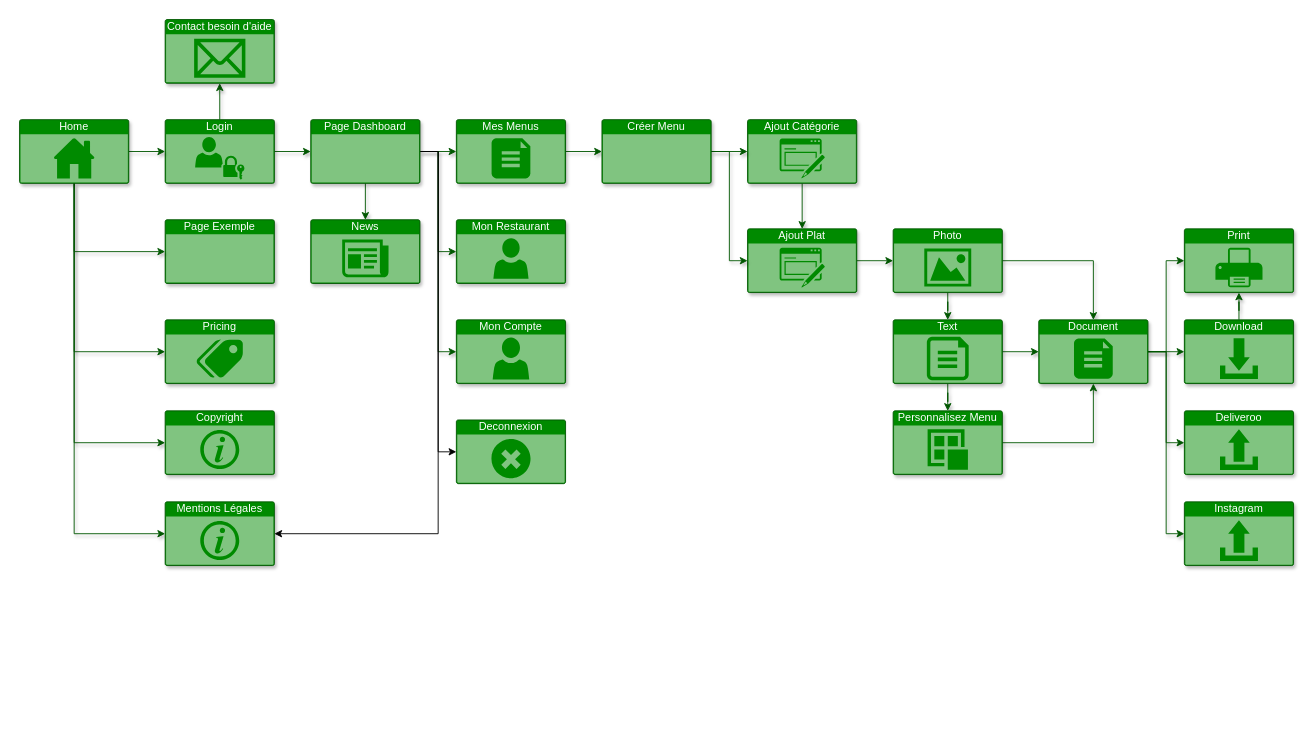
This is Diagramme sans nom.drawio from Erik-42/OpenClassRooms_Projet_4, a draw.io file, before an edit. Source tidied: cells renumbered, new cells numbered last; positions are measured from the earlier drawing's top-left corner, leaving out a move shared by most shapes. Both pictures are drawn from the tidied source at 91%, with x=0, y=0 at pixel (19, 19).
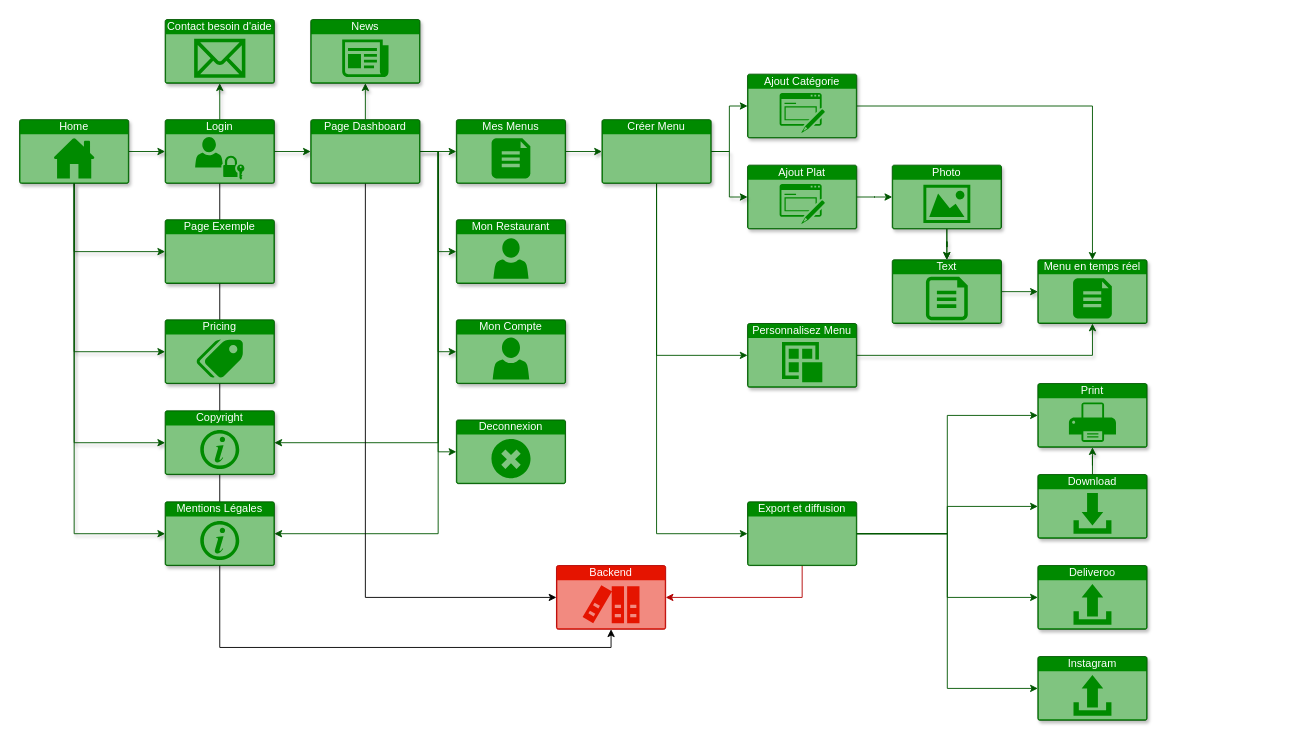
Above is the later version.

Commit message (it also covers changes not shown here):
Mettre à jour Diagramme sans nom.drawio

Unchanged cells that the change refers to:
```xml
<mxCell id="4" value="Login" style="html=1;whiteSpace=wrap;labelPosition=center;verticalLabelPosition=middle;verticalAlign=top;align=center;fontSize=12;outlineConnect=0;spacingTop=-6;shape=mxgraph.sitemap.login;fillColor=#008a00;strokeColor=#005700;fontColor=#ffffff;shadow=1;" parent="1" vertex="1">
  <mxGeometry x="160" y="110" width="120" height="70" as="geometry" />
</mxCell>
<mxCell id="19" value="Page Dashboard" style="html=1;whiteSpace=wrap;labelPosition=center;verticalLabelPosition=middle;verticalAlign=top;align=center;fontSize=12;outlineConnect=0;spacingTop=-6;shape=mxgraph.sitemap.page;fillColor=#008a00;strokeColor=#005700;fontColor=#ffffff;shadow=1;" parent="1" vertex="1">
  <mxGeometry x="320" y="110" width="120" height="70" as="geometry" />
</mxCell>
<mxCell id="50" value="Créer Menu" style="html=1;whiteSpace=wrap;labelPosition=center;verticalLabelPosition=middle;verticalAlign=top;align=center;fontSize=12;outlineConnect=0;spacingTop=-6;shape=mxgraph.sitemap.page;fillColor=#008a00;strokeColor=#005700;fontColor=#ffffff;shadow=1;" parent="1" vertex="1">
  <mxGeometry x="640" y="110" width="120" height="70" as="geometry" />
</mxCell>
<mxCell id="51" value="Mentions Légales" style="html=1;whiteSpace=wrap;labelPosition=center;verticalLabelPosition=middle;verticalAlign=top;align=center;fontSize=12;outlineConnect=0;spacingTop=-6;shape=mxgraph.sitemap.info;fillColor=#008a00;strokeColor=#005700;fontColor=#ffffff;shadow=1;" parent="1" vertex="1">
  <mxGeometry x="160" y="530" width="120" height="70" as="geometry" />
</mxCell>
<mxCell id="52" value="Copyright" style="html=1;whiteSpace=wrap;labelPosition=center;verticalLabelPosition=middle;verticalAlign=top;align=center;fontSize=12;outlineConnect=0;spacingTop=-6;shape=mxgraph.sitemap.info;fillColor=#008a00;strokeColor=#005700;fontColor=#ffffff;shadow=1;" parent="1" vertex="1">
  <mxGeometry x="160" y="430" width="120" height="70" as="geometry" />
</mxCell>
<mxCell id="53" value="Deconnexion" style="html=1;whiteSpace=wrap;strokeColor=#005700;fillColor=#008a00;labelPosition=center;verticalLabelPosition=middle;verticalAlign=top;align=center;fontSize=12;outlineConnect=0;spacingTop=-6;fontColor=#ffffff;sketch=0;shape=mxgraph.sitemap.error;" parent="1" vertex="1">
  <mxGeometry x="480" y="440" width="120" height="70" as="geometry" />
</mxCell>
```

Change to the diagram source:
```diff
@@
+    <mxCell id="54" style="edgeStyle=orthogonalEdgeStyle;rounded=0;jettySize=auto;html=1;exitX=0.5;exitY=1;exitDx=0;exitDy=0;exitPerimeter=0;entryX=0.5;entryY=1;entryDx=0;entryDy=0;entryPerimeter=0;" parent="1" edge="1" source="4" target="67">
+      <mxGeometry relative="1" as="geometry" />
+    </mxCell>
@@
-    <mxCell id="17" style="edgeStyle=orthogonalEdgeStyle;rounded=0;jettySize=auto;html=1;exitX=1;exitY=0.5;exitDx=0;exitDy=0;exitPerimeter=0;entryX=1;entryY=0.5;entryDx=0;entryDy=0;entryPerimeter=0;" parent="1" edge="1" source="19" target="51">
+    <mxCell id="17" style="edgeStyle=orthogonalEdgeStyle;rounded=0;jettySize=auto;html=1;exitX=1;exitY=0.5;exitDx=0;exitDy=0;exitPerimeter=0;entryX=1;entryY=0.5;entryDx=0;entryDy=0;entryPerimeter=0;fillColor=#008a00;strokeColor=#005700;" parent="1" edge="1" source="19" target="51">
       <mxGeometry relative="1" as="geometry" />
     </mxCell>
-    <mxCell id="18" style="edgeStyle=orthogonalEdgeStyle;rounded=0;jettySize=auto;html=1;exitX=1;exitY=0.5;exitDx=0;exitDy=0;exitPerimeter=0;entryX=0;entryY=0.5;entryDx=0;entryDy=0;entryPerimeter=0;" parent="1" edge="1" source="19" target="53">
+    <mxCell id="18" style="edgeStyle=orthogonalEdgeStyle;rounded=0;jettySize=auto;html=1;exitX=1;exitY=0.5;exitDx=0;exitDy=0;exitPerimeter=0;entryX=0;entryY=0.5;entryDx=0;entryDy=0;entryPerimeter=0;fillColor=#008a00;strokeColor=#005700;" parent="1" edge="1" source="19" target="53">
       <mxGeometry relative="1" as="geometry" />
     </mxCell>
+    <mxCell id="55" style="edgeStyle=orthogonalEdgeStyle;rounded=0;jettySize=auto;html=1;exitX=1;exitY=0.5;exitDx=0;exitDy=0;exitPerimeter=0;entryX=1;entryY=0.5;entryDx=0;entryDy=0;entryPerimeter=0;fillColor=#008a00;strokeColor=#005700;" parent="1" edge="1" source="19" target="52">
+      <mxGeometry relative="1" as="geometry" />
+    </mxCell>
+    <mxCell id="56" style="edgeStyle=orthogonalEdgeStyle;rounded=0;jettySize=auto;html=1;exitX=0.5;exitY=1;exitDx=0;exitDy=0;exitPerimeter=0;entryX=0;entryY=0.5;entryDx=0;entryDy=0;entryPerimeter=0;" parent="1" edge="1" source="19" target="67">
+      <mxGeometry relative="1" as="geometry" />
+    </mxCell>
@@
-    <mxCell id="25" style="edgeStyle=orthogonalEdgeStyle;rounded=0;jettySize=auto;html=1;fillColor=#008a00;strokeColor=#005700;shadow=1;" parent="1" edge="1" source="26" target="28">
-      <mxGeometry relative="1" as="geometry" />
-    </mxCell>
+    <mxCell id="57" style="edgeStyle=orthogonalEdgeStyle;rounded=0;jettySize=auto;html=1;exitX=1;exitY=0.5;exitDx=0;exitDy=0;exitPerimeter=0;entryX=0.5;entryY=0;entryDx=0;entryDy=0;entryPerimeter=0;fillColor=#008a00;strokeColor=#005700;" parent="1" edge="1" source="26" target="39">
+      <mxGeometry relative="1" as="geometry" />
+    </mxCell>
     <mxCell id="26" value="Ajout Catégorie" style="html=1;whiteSpace=wrap;labelPosition=center;verticalLabelPosition=middle;verticalAlign=top;align=center;fontSize=12;outlineConnect=0;spacingTop=-6;shape=mxgraph.sitemap.form;fillColor=#008a00;strokeColor=#005700;fontColor=#ffffff;shadow=1;" parent="1" vertex="1">
-      <mxGeometry x="800" y="110" width="120" height="70" as="geometry" />
+      <mxGeometry x="800" y="60" width="120" height="70" as="geometry" />
     </mxCell>
-    <mxCell id="27" style="edgeStyle=orthogonalEdgeStyle;rounded=0;jettySize=auto;html=1;fillColor=#008a00;strokeColor=#005700;shadow=1;" parent="1" edge="1" source="28" target="31">
-      <mxGeometry relative="1" as="geometry" />
-    </mxCell>
+    <mxCell id="58" style="edgeStyle=orthogonalEdgeStyle;rounded=0;jettySize=auto;html=1;fillColor=#008a00;strokeColor=#005700;" parent="1" edge="1" source="31" target="34">
+      <mxGeometry relative="1" as="geometry" />
+    </mxCell>
     <mxCell id="28" value="Ajout Plat" style="html=1;whiteSpace=wrap;labelPosition=center;verticalLabelPosition=middle;verticalAlign=top;align=center;fontSize=12;outlineConnect=0;spacingTop=-6;shape=mxgraph.sitemap.form;fillColor=#008a00;strokeColor=#005700;fontColor=#ffffff;shadow=1;" parent="1" vertex="1">
-      <mxGeometry x="800" y="230" width="120" height="70" as="geometry" />
+      <mxGeometry x="800" y="160" width="120" height="70" as="geometry" />
     </mxCell>
@@
-    <mxCell id="30" style="edgeStyle=orthogonalEdgeStyle;rounded=0;jettySize=auto;html=1;entryX=0.5;entryY=0;entryDx=0;entryDy=0;entryPerimeter=0;fillColor=#008a00;strokeColor=#005700;shadow=1;" parent="1" edge="1" source="31" target="39">
-      <mxGeometry relative="1" as="geometry" />
-    </mxCell>
-    <mxCell id="31" value="Photo" style="html=1;whiteSpace=wrap;labelPosition=center;verticalLabelPosition=middle;verticalAlign=top;align=center;fontSize=12;outlineConnect=0;spacingTop=-6;shape=mxgraph.sitemap.photo;fillColor=#008a00;strokeColor=#005700;fontColor=#ffffff;shadow=1;" parent="1" vertex="1">
-      <mxGeometry x="960" y="230" width="120" height="70" as="geometry" />
-    </mxCell>
-    <mxCell id="32" style="edgeStyle=orthogonalEdgeStyle;rounded=0;jettySize=auto;html=1;fillColor=#008a00;strokeColor=#005700;shadow=1;" parent="1" edge="1" source="34" target="41">
-      <mxGeometry relative="1" as="geometry" />
-    </mxCell>
@@
     <mxCell id="34" value="Text" style="html=1;whiteSpace=wrap;labelPosition=center;verticalLabelPosition=middle;verticalAlign=top;align=center;fontSize=12;outlineConnect=0;spacingTop=-6;shape=mxgraph.sitemap.text;fillColor=#008a00;strokeColor=#005700;fontColor=#ffffff;shadow=1;" parent="1" vertex="1">
-      <mxGeometry x="960" y="330" width="120" height="70" as="geometry" />
+      <mxGeometry x="959" y="264" width="120" height="70" as="geometry" />
     </mxCell>
-    <mxCell id="35" style="edgeStyle=orthogonalEdgeStyle;rounded=0;jettySize=auto;html=1;fillColor=#008a00;strokeColor=#005700;shadow=1;" parent="1" edge="1" source="39" target="44">
-      <mxGeometry relative="1" as="geometry" />
-    </mxCell>
-    <mxCell id="36" style="edgeStyle=orthogonalEdgeStyle;rounded=0;jettySize=auto;html=1;exitX=1;exitY=0.5;exitDx=0;exitDy=0;exitPerimeter=0;entryX=0;entryY=0.5;entryDx=0;entryDy=0;entryPerimeter=0;fillColor=#008a00;strokeColor=#005700;shadow=1;" parent="1" edge="1" source="39" target="46">
-      <mxGeometry relative="1" as="geometry" />
-    </mxCell>
-    <mxCell id="37" style="edgeStyle=orthogonalEdgeStyle;rounded=0;jettySize=auto;html=1;exitX=1;exitY=0.5;exitDx=0;exitDy=0;exitPerimeter=0;entryX=0;entryY=0.5;entryDx=0;entryDy=0;entryPerimeter=0;fillColor=#008a00;strokeColor=#005700;shadow=1;" parent="1" edge="1" source="39" target="45">
-      <mxGeometry relative="1" as="geometry" />
-    </mxCell>
-    <mxCell id="38" style="edgeStyle=orthogonalEdgeStyle;rounded=0;jettySize=auto;html=1;exitX=1;exitY=0.5;exitDx=0;exitDy=0;exitPerimeter=0;entryX=0;entryY=0.5;entryDx=0;entryDy=0;entryPerimeter=0;fillColor=#008a00;strokeColor=#005700;shadow=1;" parent="1" edge="1" source="39" target="42">
-      <mxGeometry relative="1" as="geometry" />
-    </mxCell>
-    <mxCell id="39" value="Document" style="html=1;whiteSpace=wrap;labelPosition=center;verticalLabelPosition=middle;verticalAlign=top;align=center;fontSize=12;outlineConnect=0;spacingTop=-6;shape=mxgraph.sitemap.document;fillColor=#008a00;strokeColor=#005700;fontColor=#ffffff;shadow=1;" parent="1" vertex="1">
-      <mxGeometry x="1120" y="330" width="120" height="70" as="geometry" />
+    <mxCell id="39" value="Menu en temps réel" style="html=1;whiteSpace=wrap;labelPosition=center;verticalLabelPosition=middle;verticalAlign=top;align=center;fontSize=12;outlineConnect=0;spacingTop=-6;shape=mxgraph.sitemap.document;fillColor=#008a00;strokeColor=#005700;fontColor=#ffffff;shadow=1;" parent="1" vertex="1">
+      <mxGeometry x="1119" y="264" width="120" height="70" as="geometry" />
     </mxCell>
@@
     <mxCell id="41" value="Personnalisez Menu" style="html=1;whiteSpace=wrap;labelPosition=center;verticalLabelPosition=middle;verticalAlign=top;align=center;fontSize=12;outlineConnect=0;spacingTop=-6;shape=mxgraph.sitemap.post;fillColor=#008a00;strokeColor=#005700;fontColor=#ffffff;shadow=1;" parent="1" vertex="1">
-      <mxGeometry x="960" y="430" width="120" height="70" as="geometry" />
+      <mxGeometry x="800" y="334" width="120" height="70" as="geometry" />
     </mxCell>
     <mxCell id="42" value="Print" style="html=1;whiteSpace=wrap;labelPosition=center;verticalLabelPosition=middle;verticalAlign=top;align=center;fontSize=12;outlineConnect=0;spacingTop=-6;shape=mxgraph.sitemap.print;fillColor=#008a00;strokeColor=#005700;fontColor=#ffffff;shadow=1;" parent="1" vertex="1">
-      <mxGeometry x="1280" y="230" width="120" height="70" as="geometry" />
+      <mxGeometry x="1119" y="400" width="120" height="70" as="geometry" />
     </mxCell>
@@
     <mxCell id="44" value="Download" style="html=1;whiteSpace=wrap;labelPosition=center;verticalLabelPosition=middle;verticalAlign=top;align=center;fontSize=12;outlineConnect=0;spacingTop=-6;shape=mxgraph.sitemap.download;fillColor=#008a00;strokeColor=#005700;fontColor=#ffffff;shadow=1;" parent="1" vertex="1">
-      <mxGeometry x="1280" y="330" width="120" height="70" as="geometry" />
+      <mxGeometry x="1119" y="500" width="120" height="70" as="geometry" />
     </mxCell>
     <mxCell id="45" value="Deliveroo" style="html=1;whiteSpace=wrap;labelPosition=center;verticalLabelPosition=middle;verticalAlign=top;align=center;fontSize=12;outlineConnect=0;spacingTop=-6;shape=mxgraph.sitemap.upload;fillColor=#008a00;strokeColor=#005700;fontColor=#ffffff;shadow=1;" parent="1" vertex="1">
-      <mxGeometry x="1280" y="430" width="120" height="70" as="geometry" />
+      <mxGeometry x="1119" y="600" width="120" height="70" as="geometry" />
     </mxCell>
     <mxCell id="46" value="Instagram" style="html=1;whiteSpace=wrap;labelPosition=center;verticalLabelPosition=middle;verticalAlign=top;align=center;fontSize=12;outlineConnect=0;spacingTop=-6;shape=mxgraph.sitemap.upload;fillColor=#008a00;strokeColor=#005700;fontColor=#ffffff;shadow=1;" parent="1" vertex="1">
-      <mxGeometry x="1280" y="530" width="120" height="70" as="geometry" />
+      <mxGeometry x="1119" y="700" width="120" height="70" as="geometry" />
     </mxCell>
     <mxCell id="47" value="News" style="html=1;whiteSpace=wrap;labelPosition=center;verticalLabelPosition=middle;verticalAlign=top;align=center;fontSize=12;outlineConnect=0;spacingTop=-6;shape=mxgraph.sitemap.news;fillColor=#008a00;strokeColor=#005700;fontColor=#ffffff;shadow=1;" parent="1" vertex="1">
-      <mxGeometry x="320" y="220" width="120" height="70" as="geometry" />
+      <mxGeometry x="320" width="120" height="70" as="geometry" />
     </mxCell>
+    <mxCell id="49" style="edgeStyle=orthogonalEdgeStyle;rounded=0;jettySize=auto;html=1;exitX=1;exitY=0.5;exitDx=0;exitDy=0;exitPerimeter=0;entryX=0;entryY=0.5;entryDx=0;entryDy=0;entryPerimeter=0;fillColor=#008a00;strokeColor=#005700;shadow=1;" parent="1" edge="1" source="50" target="28">
+      <mxGeometry relative="1" as="geometry" />
+    </mxCell>
-    <mxCell id="48" style="edgeStyle=orthogonalEdgeStyle;rounded=0;jettySize=auto;html=1;fillColor=#008a00;strokeColor=#005700;shadow=1;" parent="1" edge="1" source="50" target="26">
+    <mxCell id="48" style="edgeStyle=orthogonalEdgeStyle;rounded=0;jettySize=auto;html=1;exitX=1;exitY=0.5;exitDx=0;exitDy=0;exitPerimeter=0;entryX=0;entryY=0.5;entryDx=0;entryDy=0;entryPerimeter=0;fillColor=#008a00;strokeColor=#005700;" parent="1" edge="1" source="50" target="26">
       <mxGeometry relative="1" as="geometry" />
     </mxCell>
-    <mxCell id="49" style="edgeStyle=orthogonalEdgeStyle;rounded=0;jettySize=auto;html=1;exitX=1;exitY=0.5;exitDx=0;exitDy=0;exitPerimeter=0;entryX=0;entryY=0.5;entryDx=0;entryDy=0;entryPerimeter=0;fillColor=#008a00;strokeColor=#005700;shadow=1;" parent="1" edge="1" source="50" target="28">
-      <mxGeometry relative="1" as="geometry" />
-    </mxCell>
+    <mxCell id="59" style="edgeStyle=orthogonalEdgeStyle;rounded=0;jettySize=auto;html=1;exitX=0.5;exitY=1;exitDx=0;exitDy=0;exitPerimeter=0;entryX=0;entryY=0.5;entryDx=0;entryDy=0;entryPerimeter=0;fillColor=#008a00;strokeColor=#005700;" parent="1" edge="1" source="50" target="41">
+      <mxGeometry relative="1" as="geometry" />
+    </mxCell>
+    <mxCell id="60" style="edgeStyle=orthogonalEdgeStyle;rounded=0;jettySize=auto;html=1;exitX=0.5;exitY=1;exitDx=0;exitDy=0;exitPerimeter=0;entryX=0;entryY=0.5;entryDx=0;entryDy=0;entryPerimeter=0;fillColor=#008a00;strokeColor=#005700;" parent="1" edge="1" source="50" target="66">
+      <mxGeometry relative="1" as="geometry" />
+    </mxCell>
@@
+    <mxCell id="27" style="edgeStyle=orthogonalEdgeStyle;rounded=0;jettySize=auto;html=1;fillColor=#008a00;strokeColor=#005700;" parent="1" edge="1" source="28" target="31">
+      <mxGeometry relative="1" as="geometry" />
+    </mxCell>
+    <mxCell id="31" value="Photo" style="html=1;whiteSpace=wrap;labelPosition=center;verticalLabelPosition=middle;verticalAlign=top;align=center;fontSize=12;outlineConnect=0;spacingTop=-6;shape=mxgraph.sitemap.photo;fillColor=#008a00;strokeColor=#005700;fontColor=#ffffff;shadow=1;" parent="1" vertex="1">
+      <mxGeometry x="959" y="160" width="120" height="70" as="geometry" />
+    </mxCell>
+    <mxCell id="61" style="edgeStyle=orthogonalEdgeStyle;rounded=0;jettySize=auto;html=1;exitX=1;exitY=0.5;exitDx=0;exitDy=0;exitPerimeter=0;entryX=0;entryY=0.5;entryDx=0;entryDy=0;entryPerimeter=0;fillColor=#008a00;strokeColor=#005700;" parent="1" edge="1" source="66" target="42">
+      <mxGeometry relative="1" as="geometry" />
+    </mxCell>
+    <mxCell id="62" style="edgeStyle=orthogonalEdgeStyle;rounded=0;jettySize=auto;html=1;exitX=1;exitY=0.5;exitDx=0;exitDy=0;exitPerimeter=0;entryX=0;entryY=0.5;entryDx=0;entryDy=0;entryPerimeter=0;fillColor=#008a00;strokeColor=#005700;" parent="1" edge="1" source="66" target="44">
+      <mxGeometry relative="1" as="geometry" />
+    </mxCell>
+    <mxCell id="63" style="edgeStyle=orthogonalEdgeStyle;rounded=0;jettySize=auto;html=1;exitX=1;exitY=0.5;exitDx=0;exitDy=0;exitPerimeter=0;entryX=0;entryY=0.5;entryDx=0;entryDy=0;entryPerimeter=0;fillColor=#008a00;strokeColor=#005700;" parent="1" edge="1" source="66" target="46">
+      <mxGeometry relative="1" as="geometry" />
+    </mxCell>
+    <mxCell id="64" style="edgeStyle=orthogonalEdgeStyle;rounded=0;jettySize=auto;html=1;exitX=1;exitY=0.5;exitDx=0;exitDy=0;exitPerimeter=0;entryX=0;entryY=0.5;entryDx=0;entryDy=0;entryPerimeter=0;fillColor=#008a00;strokeColor=#005700;" parent="1" edge="1" source="66" target="45">
+      <mxGeometry relative="1" as="geometry" />
+    </mxCell>
+    <mxCell id="65" style="edgeStyle=orthogonalEdgeStyle;rounded=0;jettySize=auto;html=1;exitX=0.5;exitY=1;exitDx=0;exitDy=0;exitPerimeter=0;entryX=1;entryY=0.5;entryDx=0;entryDy=0;entryPerimeter=0;fillColor=#e51400;strokeColor=#B20000;" parent="1" edge="1" source="66" target="67">
+      <mxGeometry relative="1" as="geometry" />
+    </mxCell>
+    <mxCell id="66" value="Export et diffusion" style="html=1;whiteSpace=wrap;strokeColor=#005700;fillColor=#008a00;labelPosition=center;verticalLabelPosition=middle;verticalAlign=top;align=center;fontSize=12;outlineConnect=0;spacingTop=-6;fontColor=#ffffff;sketch=0;shape=mxgraph.sitemap.page;" parent="1" vertex="1">
+      <mxGeometry x="800" y="530" width="120" height="70" as="geometry" />
+    </mxCell>
+    <mxCell id="67" value="Backend" style="html=1;whiteSpace=wrap;strokeColor=#B20000;fillColor=#e51400;labelPosition=center;verticalLabelPosition=middle;verticalAlign=top;align=center;fontSize=12;outlineConnect=0;spacingTop=-6;fontColor=#ffffff;sketch=0;shape=mxgraph.sitemap.references;" parent="1" vertex="1">
+      <mxGeometry x="590" y="600" width="120" height="70" as="geometry" />
+    </mxCell>
```
